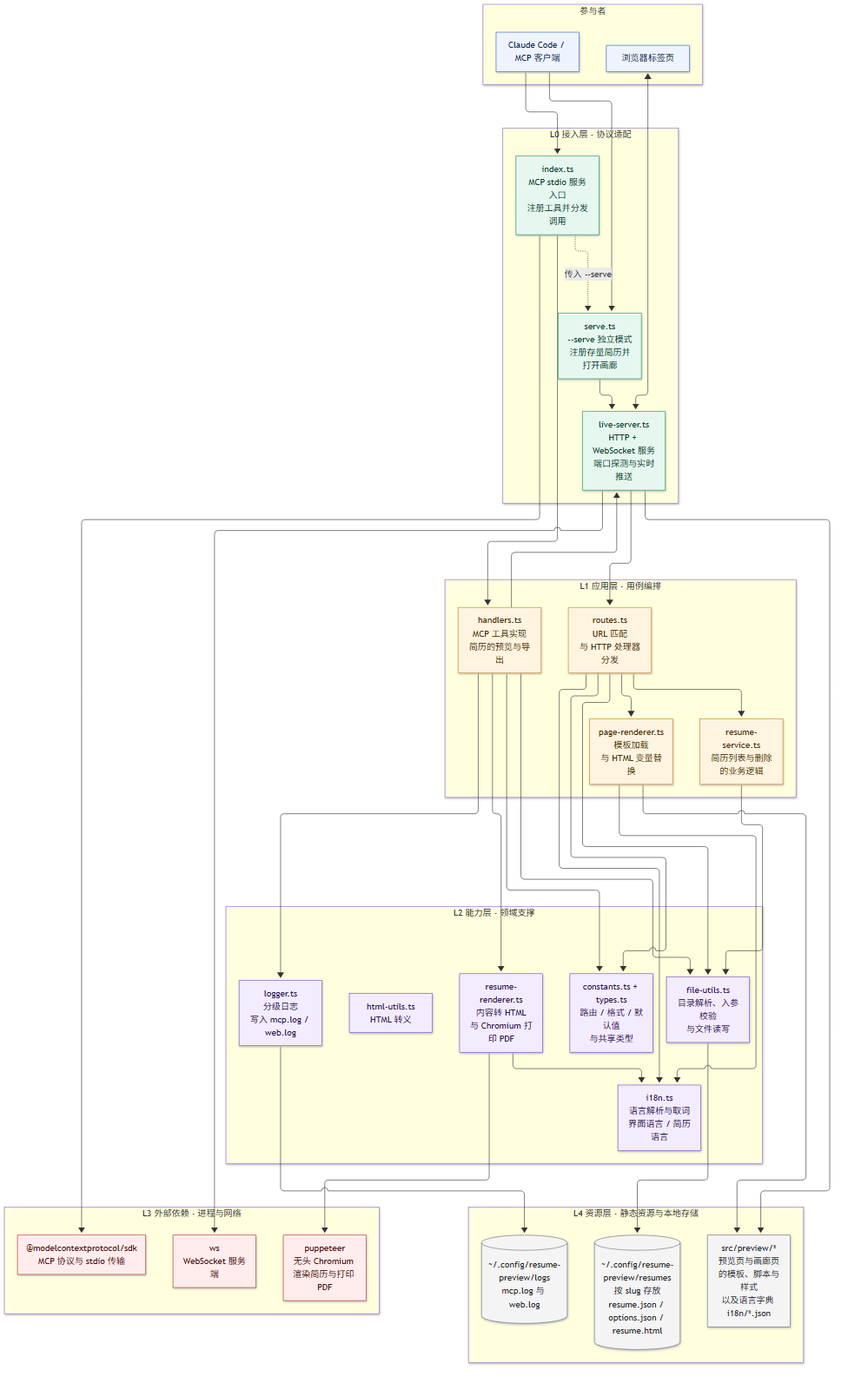
Earlier version of the Mermaid export assets/architecture.png (studyllm/resume-preview). Its source is kept beside it as docs/diagrams/architecture.mmd. The source it was exported from:
```mermaid
flowchart TB
  subgraph ACTORS["参与者"]
    direction LR
    CLIENT["Claude Code / MCP 客户端"]
    BROWSER["浏览器标签页"]
  end

  subgraph L0["L0 接入层 · 协议适配"]
    direction LR
    IDX["index.ts<br/>MCP stdio 服务入口<br/>注册工具并分发调用"]
    SERVE["serve.ts<br/>--serve 独立模式<br/>注册存量简历并打开画廊"]
    LS["live-server.ts<br/>HTTP + WebSocket 服务<br/>端口探测与实时推送"]
  end

  subgraph L1["L1 应用层 · 用例编排"]
    direction LR
    HANDLERS["handlers.ts<br/>MCP 工具实现<br/>简历的预览与导出"]
    ROUTES["routes.ts<br/>URL 匹配<br/>与 HTTP 处理器分发"]
    RSVC["resume-service.ts<br/>简历列表与删除<br/>的业务逻辑"]
    PREND["page-renderer.ts<br/>模板加载<br/>与 HTML 变量替换"]
  end

  subgraph L2["L2 能力层 · 领域支撑"]
    direction LR
    FUTILS["file-utils.ts<br/>目录解析、入参校验<br/>与文件读写"]
    RREND["resume-renderer.ts<br/>内容转 HTML<br/>与 Chromium 打印 PDF"]
    I18N["i18n.ts<br/>语言解析与取词<br/>界面语言 / 简历语言"]
    HTMLU["html-utils.ts<br/>HTML 转义"]
    LOGR["logger.ts<br/>分级日志<br/>写入 mcp.log / web.log"]
    CONF["constants.ts + types.ts<br/>路由 / 格式 / 默认值<br/>与共享类型"]
  end

  subgraph L3["L3 外部依赖 · 进程与网络"]
    direction LR
    MCPSDK["@modelcontextprotocol/sdk<br/>MCP 协议与 stdio 传输"]
    PUPPET["puppeteer<br/>无头 Chromium 渲染简历与打印 PDF"]
    WSLIB["ws<br/>WebSocket 服务端"]
  end

  subgraph L4["L4 资源层 · 静态资源与本地存储"]
    direction LR
    PREVIEW["src/preview/*<br/>预览页与画廊页的模板、脚本与样式<br/>以及语言字典 i18n/*.json"]
    RSTORE[("~/.config/resume-preview/resumes<br/>按 slug 存放<br/>resume.json / options.json / resume.html")]
    LOGS[("~/.config/resume-preview/logs<br/>mcp.log 与 web.log")]
  end

  CLIENT --> IDX
  CLIENT --> SERVE
  BROWSER <--> LS

  IDX --> HANDLERS
  IDX -. "传入 --serve" .-> SERVE
  SERVE --> LS
  LS --> ROUTES
  HANDLERS --> LS

  HANDLERS --> FUTILS
  HANDLERS --> RREND
  HANDLERS --> LOGR
  HANDLERS --> CONF
  ROUTES --> RSVC
  ROUTES --> PREND
  ROUTES --> FUTILS
  ROUTES --> CONF
  ROUTES --> I18N
  RSVC --> FUTILS
  PREND --> I18N
  RREND --> I18N

  IDX --> MCPSDK
  RREND --> PUPPET
  LS --> WSLIB

  PREND --> PREVIEW
  LS --> PREVIEW
  FUTILS --> RSTORE
  LOGR --> LOGS

  classDef actor fill:#eef4ff,stroke:#3b6fd4,color:#12264f
  classDef l0 fill:#e6f7f0,stroke:#1f9d63,color:#0b3d28
  classDef l1 fill:#fff4e0,stroke:#d98b1a,color:#4a2d05
  classDef l2 fill:#f3ecff,stroke:#7a4fd1,color:#2b1650
  classDef l3 fill:#ffecec,stroke:#c0392b,color:#4a1210
  classDef l4 fill:#f4f4f5,stroke:#71717a,color:#27272a

  class CLIENT,BROWSER actor
  class IDX,SERVE,LS l0
  class HANDLERS,ROUTES,RSVC,PREND l1
  class FUTILS,RREND,I18N,HTMLU,LOGR,CONF l2
  class MCPSDK,PUPPET,WSLIB l3
  class PREVIEW,RSTORE,LOGS l4
```
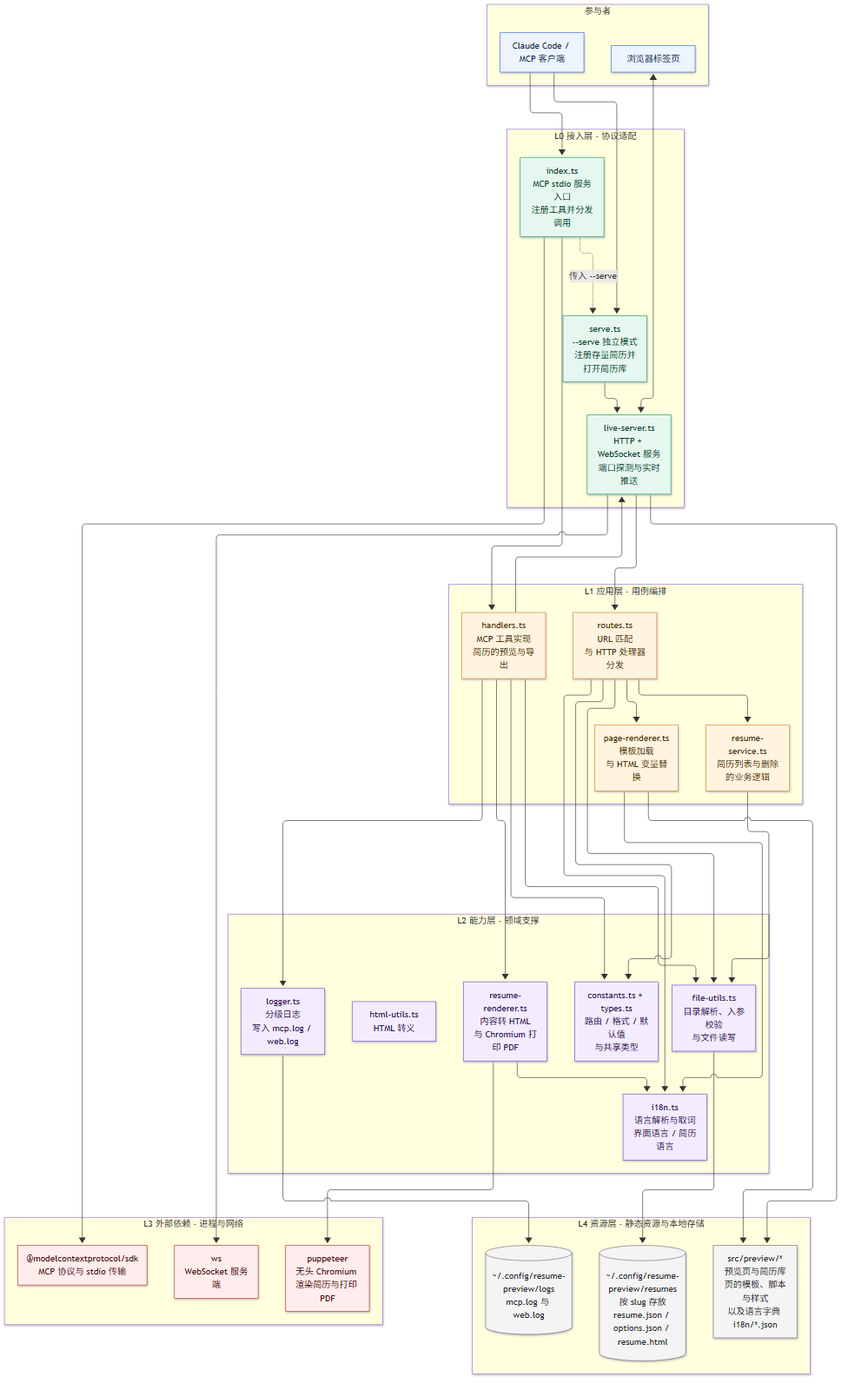
The same file after the commit.

Change to the diagram source:
```diff
@@ -8,7 +8,7 @@
   subgraph L0["L0 接入层 · 协议适配"]
     direction LR
     IDX["index.ts<br/>MCP stdio 服务入口<br/>注册工具并分发调用"]
-    SERVE["serve.ts<br/>--serve 独立模式<br/>注册存量简历并打开画廊"]
+    SERVE["serve.ts<br/>--serve 独立模式<br/>注册存量简历并打开简历库"]
     LS["live-server.ts<br/>HTTP + WebSocket 服务<br/>端口探测与实时推送"]
   end
 
@@ -39,7 +39,7 @@
 
   subgraph L4["L4 资源层 · 静态资源与本地存储"]
     direction LR
-    PREVIEW["src/preview/*<br/>预览页与画廊页的模板、脚本与样式<br/>以及语言字典 i18n/*.json"]
+    PREVIEW["src/preview/*<br/>预览页与简历库页的模板、脚本与样式<br/>以及语言字典 i18n/*.json"]
     RSTORE[("~/.config/resume-preview/resumes<br/>按 slug 存放<br/>resume.json / options.json / resume.html")]
     LOGS[("~/.config/resume-preview/logs<br/>mcp.log 与 web.log")]
   end
```
